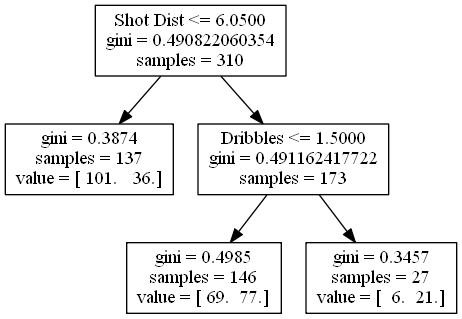
bveber/Analyze_NBA keeps this Graphviz diagram as anthony_davis.png. Above is the earlier version. Its source is kept beside it as anthony_davis.dot.
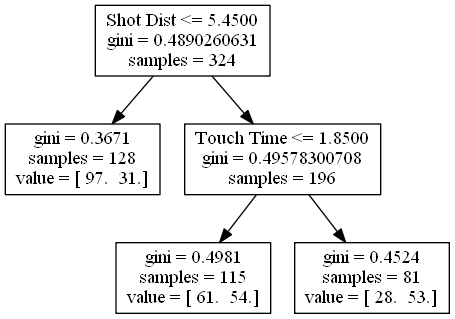
Later version of the same file.

Change to the diagram source:
```diff
@@ -1,11 +1,11 @@
 digraph Tree {
-0 [label="Shot Dist <= 6.0500\ngini = 0.490822060354\nsamples = 310", shape="box"] ;
-1 [label="gini = 0.3874\nsamples = 137\nvalue = [ 101.   36.]", shape="box"] ;
+0 [label="Shot Dist <= 5.4500\ngini = 0.4890260631\nsamples = 324", shape="box"] ;
+1 [label="gini = 0.3671\nsamples = 128\nvalue = [ 97.  31.]", shape="box"] ;
 0 -> 1 ;
-2 [label="Dribbles <= 1.5000\ngini = 0.491162417722\nsamples = 173", shape="box"] ;
+2 [label="Touch Time <= 1.8500\ngini = 0.49578300708\nsamples = 196", shape="box"] ;
 0 -> 2 ;
-3 [label="gini = 0.4985\nsamples = 146\nvalue = [ 69.  77.]", shape="box"] ;
+3 [label="gini = 0.4981\nsamples = 115\nvalue = [ 61.  54.]", shape="box"] ;
 2 -> 3 ;
-4 [label="gini = 0.3457\nsamples = 27\nvalue = [  6.  21.]", shape="box"] ;
+4 [label="gini = 0.4524\nsamples = 81\nvalue = [ 28.  53.]", shape="box"] ;
 2 -> 4 ;
 }
```
